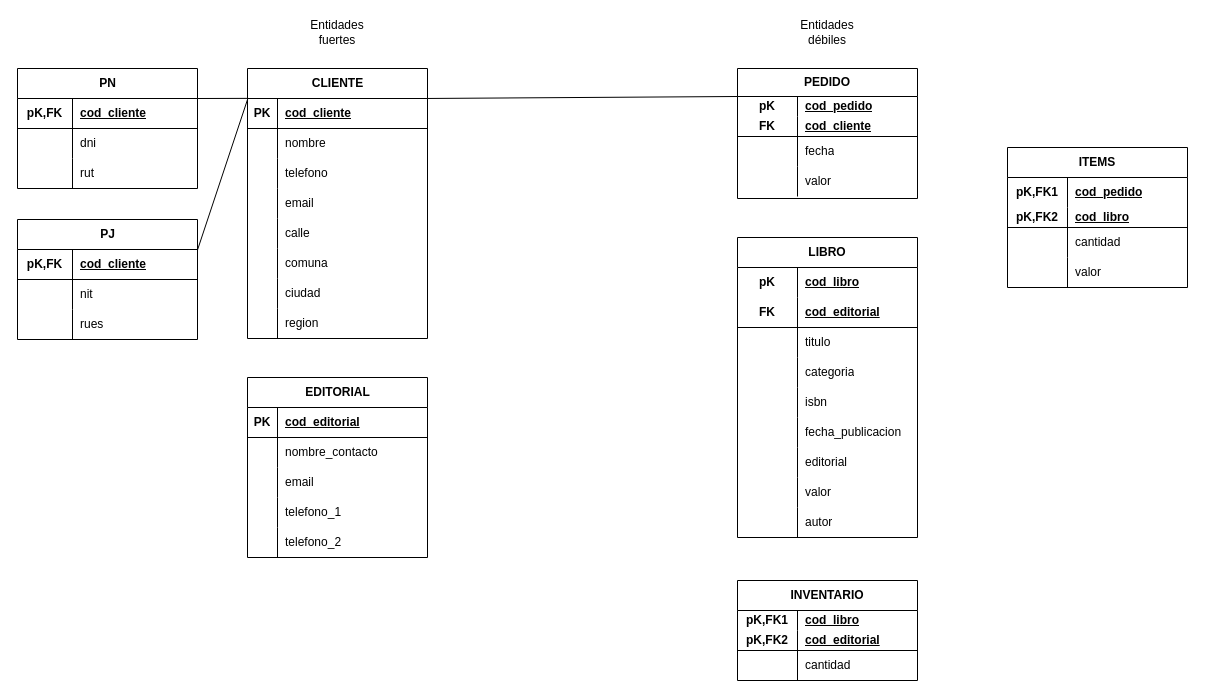
The draw.io diagram page "Modelo Lógico" (2 of 2) of ClubDelLibro.drawio in ivazquez-07/database-modeller-excersises, before the edit. Source tidied: cells renumbered, new cells numbered last; positions are measured from the earlier drawing's top-left corner, leaving out a move shared by most shapes. Both pictures are drawn from the tidied source at 100%, with x=0, y=0 at pixel (17, 17).
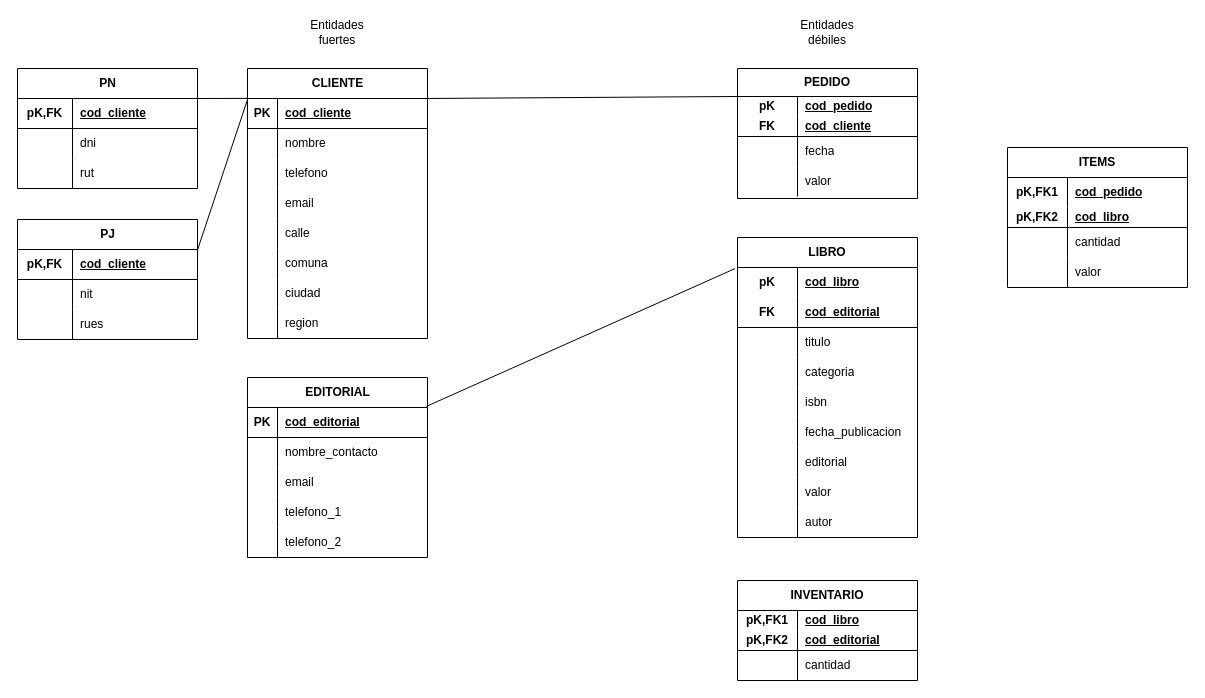
After the change.

Unchanged cells that the change refers to:
```xml
<mxCell id="29" style="shape=tableRow;horizontal=0;startSize=0;swimlaneHead=0;swimlaneBody=0;fillColor=none;points=[[0,0.5],[1,0.5]];portConstraint=eastwest;top=0;left=0;right=0;bottom=1;" parent="28" vertex="1">
  <mxGeometry y="30" width="180" height="30" as="geometry" />
</mxCell>
<mxCell id="59" style="shape=tableRow;horizontal=0;startSize=0;swimlaneHead=0;swimlaneBody=0;fillColor=none;points=[[0,0.5],[1,0.5]];portConstraint=eastwest;top=0;left=0;right=0;bottom=0;html=1;" parent="58" vertex="1">
  <mxGeometry y="30" width="180" height="30" as="geometry" />
</mxCell>
```

Diff of the diagram source:
```diff
@@
+    <mxCell id="132" style="endArrow=none;html=1;rounded=0;exitX=0.994;exitY=-0.037;exitDx=0;exitDy=0;exitPerimeter=0;entryX=-0.014;entryY=0.037;entryDx=0;entryDy=0;entryPerimeter=0;" parent="1" edge="1" source="29" target="59">
+      <mxGeometry relative="1" as="geometry" />
+    </mxCell>
```
